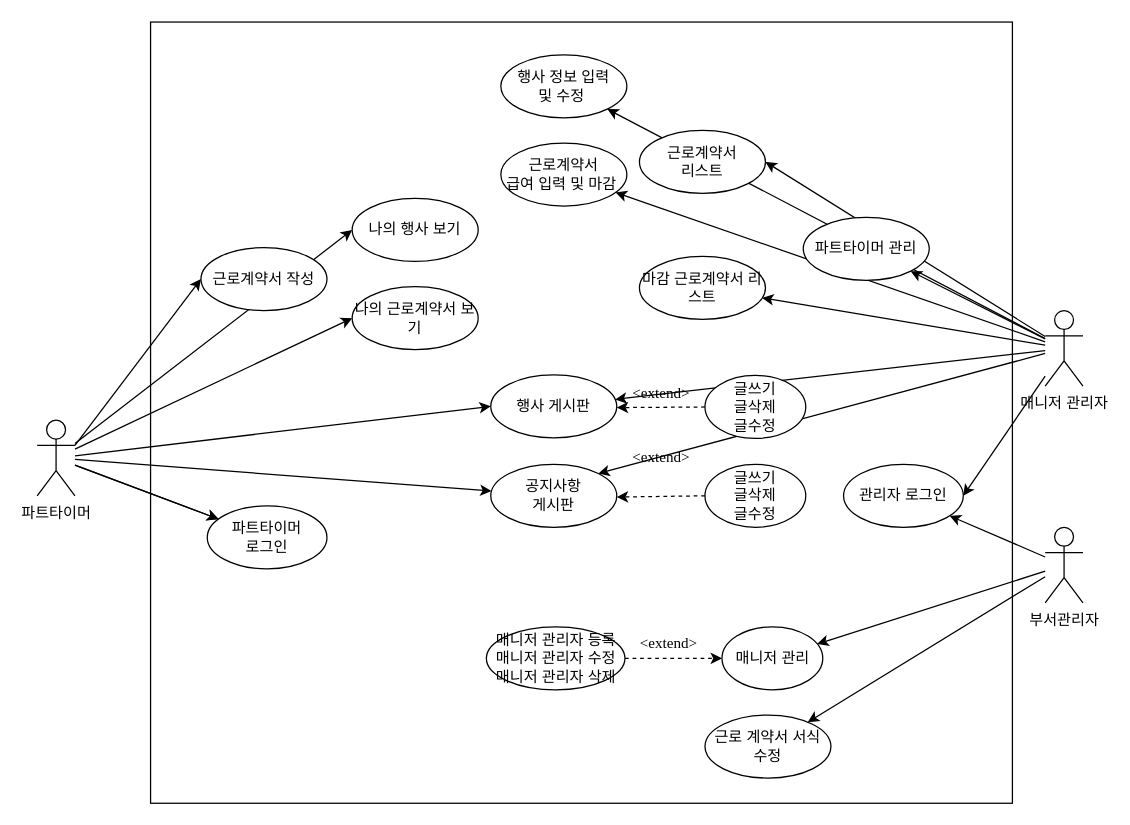
This is HPMW project file/usecase/HPMWuscase.drawio from DongkyuPark2735/HPMW, a draw.io file, before an edit. Source tidied: cells renumbered, new cells numbered last; positions are measured from the earlier drawing's top-left corner, leaving out a move shared by most shapes. Both pictures are drawn from the tidied source at 126%, with x=0, y=0 at pixel (37, 21).
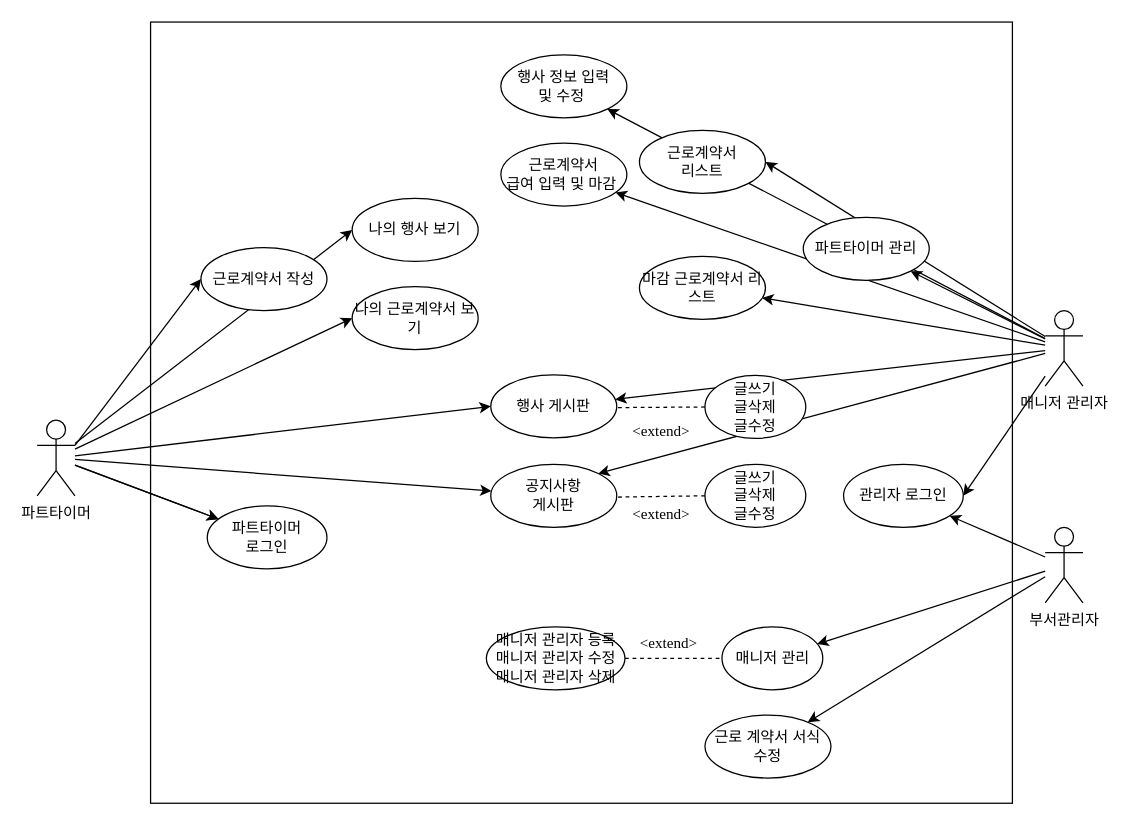
The same diagram, later.

The change refers to these unchanged cells:
```xml
<mxCell id="29" value="글쓰기&lt;br&gt;글삭제&lt;br&gt;글수정" style="ellipse;whiteSpace=wrap;html=1;" parent="1" vertex="1">
  <mxGeometry x="530" y="351" width="80" height="50" as="geometry" />
</mxCell>
<mxCell id="32" value="글쓰기&lt;br&gt;글삭제&lt;br&gt;글수정" style="ellipse;whiteSpace=wrap;html=1;" parent="1" vertex="1">
  <mxGeometry x="530" y="280.5" width="80" height="50" as="geometry" />
</mxCell>
<mxCell id="37" value="매니저 관리" style="ellipse;whiteSpace=wrap;html=1;" parent="1" vertex="1">
  <mxGeometry x="543.5" y="480" width="80" height="50" as="geometry" />
</mxCell>
<mxCell id="38" value="매니저 관리자 등록&lt;br&gt;매니저 관리자 수정&lt;br&gt;매니저 관리자 삭제" style="ellipse;whiteSpace=wrap;html=1;" parent="1" vertex="1">
  <mxGeometry x="356.5" y="480" width="110" height="50" as="geometry" />
</mxCell>
```

What changed in the source:
```diff
@@
-    <mxCell id="30" style="endArrow=classic;html=1;rounded=0;dashed=1;fontFamily=Garamond;fontSize=12;fontColor=default;entryX=1;entryY=0.5;entryDx=0;entryDy=0;exitX=0;exitY=0.5;exitDx=0;exitDy=0;" parent="1" edge="1" source="29">
+    <mxCell id="30" style="endArrow=none;html=1;rounded=0;dashed=1;fontFamily=Garamond;fontSize=12;fontColor=default;entryX=1;entryY=0.5;entryDx=0;entryDy=0;exitX=0;exitY=0.5;exitDx=0;exitDy=0;endFill=0;" parent="1" edge="1" source="29">
       <mxGeometry relative="1" as="geometry">
         <mxPoint x="460" y="377" as="targetPoint" />
       </mxGeometry>
     </mxCell>
     <mxCell id="31" value="&amp;lt;extend&amp;gt;" style="text;html=1;align=center;verticalAlign=middle;strokeColor=none;fillColor=none;fontSize=12;fontFamily=Garamond;fontColor=default;" parent="1" vertex="1">
-      <mxGeometry x="460" y="331" width="70" height="30" as="geometry" />
+      <mxGeometry x="460" y="376" width="70" height="30" as="geometry" />
     </mxCell>
@@
     <mxCell id="33" value="&amp;lt;extend&amp;gt;" style="text;html=1;align=center;verticalAlign=middle;strokeColor=none;fillColor=none;fontSize=12;fontFamily=Garamond;fontColor=default;" parent="1" vertex="1">
-      <mxGeometry x="460" y="279.5" width="70" height="30" as="geometry" />
+      <mxGeometry x="460" y="310" width="70" height="30" as="geometry" />
     </mxCell>
-    <mxCell id="34" style="endArrow=classic;html=1;rounded=0;dashed=1;fontFamily=Garamond;fontSize=12;fontColor=default;exitX=0;exitY=0.5;exitDx=0;exitDy=0;entryX=1;entryY=0.5;entryDx=0;entryDy=0;" parent="1" edge="1" source="32">
+    <mxCell id="34" style="endArrow=none;html=1;rounded=0;dashed=1;fontFamily=Garamond;fontSize=12;fontColor=default;exitX=0;exitY=0.5;exitDx=0;exitDy=0;entryX=1;entryY=0.5;entryDx=0;entryDy=0;endFill=0;" parent="1" edge="1" source="32">
       <mxGeometry relative="1" as="geometry">
         <mxPoint x="460" y="306" as="targetPoint" />
       </mxGeometry>
     </mxCell>
@@
-    <mxCell id="39" style="endArrow=classic;html=1;rounded=0;dashed=1;fontFamily=Garamond;fontSize=12;fontColor=default;exitX=1;exitY=0.5;exitDx=0;exitDy=0;entryX=0;entryY=0.5;entryDx=0;entryDy=0;" parent="1" edge="1" source="38" target="37">
+    <mxCell id="39" style="endArrow=none;html=1;rounded=0;dashed=1;fontFamily=Garamond;fontSize=12;fontColor=default;exitX=1;exitY=0.5;exitDx=0;exitDy=0;entryX=0;entryY=0.5;entryDx=0;entryDy=0;endFill=0;" parent="1" edge="1" source="38" target="37">
       <mxGeometry relative="1" as="geometry" />
     </mxCell>
```
